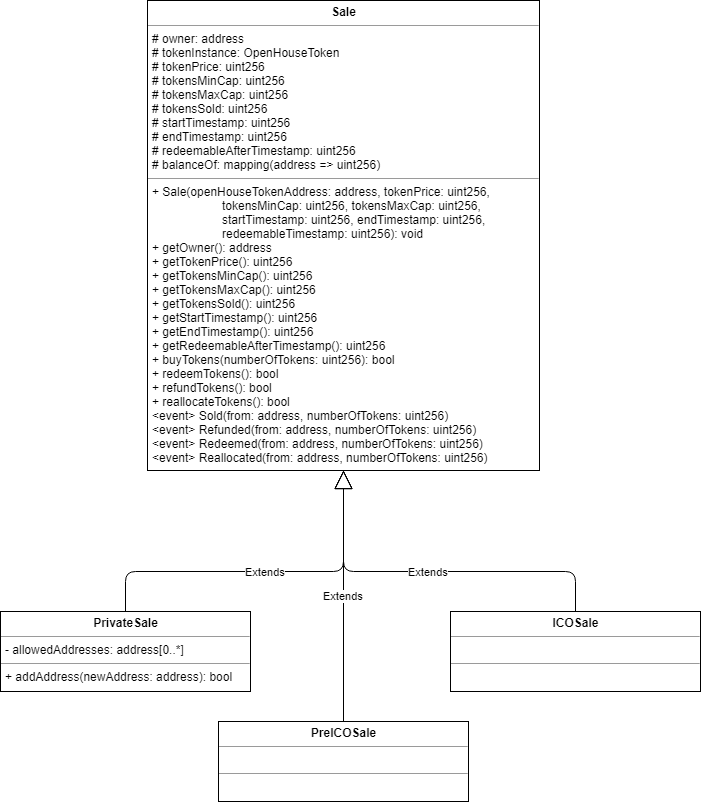
Before: uml/Sale/Sale.png, a diagram exported from draw.io (gkamtzir/Ethereum-ICO-Diploma-Thesis). Source tidied: cells renumbered, new cells last; positions are measured from the earlier drawing's top-left corner, leaving out a move shared by most shapes.
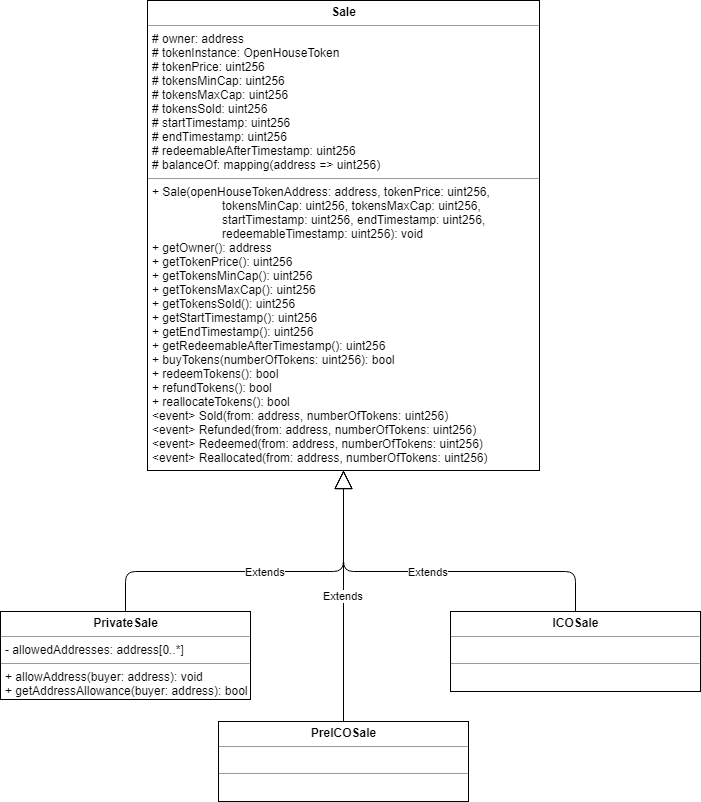
The same diagram one commit later.

Commit message:
Added new function in PrivateSale class and modified the names of the existing variables/functions.

Diff of the diagram source:
```diff
@@ -5,8 +5,8 @@
     <mxCell id="2" value="&lt;p style=&quot;margin: 0px ; margin-top: 4px ; text-align: center&quot;&gt;&lt;b&gt;Sale&lt;/b&gt;&lt;/p&gt;&lt;hr size=&quot;1&quot;&gt;&lt;p style=&quot;margin: 0px ; margin-left: 4px&quot;&gt;# owner: address&lt;/p&gt;&lt;p style=&quot;margin: 0px ; margin-left: 4px&quot;&gt;# tokenInstance: OpenHouseToken&lt;/p&gt;&lt;p style=&quot;margin: 0px ; margin-left: 4px&quot;&gt;# tokenPrice: uint256&lt;/p&gt;&lt;p style=&quot;margin: 0px ; margin-left: 4px&quot;&gt;# tokensMinCap: uint256&lt;/p&gt;&lt;p style=&quot;margin: 0px ; margin-left: 4px&quot;&gt;# tokensMaxCap: uint256&lt;/p&gt;&lt;p style=&quot;margin: 0px ; margin-left: 4px&quot;&gt;# tokensSold: uint256&lt;/p&gt;&lt;p style=&quot;margin: 0px ; margin-left: 4px&quot;&gt;# startTimestamp: uint256&lt;/p&gt;&lt;p style=&quot;margin: 0px ; margin-left: 4px&quot;&gt;# endTimestamp: uint256&lt;/p&gt;&lt;p style=&quot;margin: 0px ; margin-left: 4px&quot;&gt;# redeemableAfterTimestamp: uint256&lt;/p&gt;&lt;p style=&quot;margin: 0px ; margin-left: 4px&quot;&gt;# balanceOf: mapping(address =&amp;gt; uint256)&lt;/p&gt;&lt;hr size=&quot;1&quot;&gt;&lt;p style=&quot;margin: 0px ; margin-left: 4px&quot;&gt;+ Sale(openHouseTokenAddress: address, tokenPrice: uint256,&lt;/p&gt;&lt;p style=&quot;margin: 0px ; margin-left: 4px&quot;&gt;&amp;nbsp; &amp;nbsp; &amp;nbsp; &amp;nbsp; &amp;nbsp; &amp;nbsp; &amp;nbsp; &amp;nbsp; &amp;nbsp; &amp;nbsp; &amp;nbsp;tokensMinCap: uint256, tokensMaxCap: uint256,&lt;/p&gt;&lt;p style=&quot;margin: 0px ; margin-left: 4px&quot;&gt;&amp;nbsp; &amp;nbsp; &amp;nbsp; &amp;nbsp; &amp;nbsp; &amp;nbsp; &amp;nbsp; &amp;nbsp; &amp;nbsp; &amp;nbsp; &amp;nbsp;startTimestamp: uint256, endTimestamp: uint256,&lt;/p&gt;&lt;p style=&quot;margin: 0px ; margin-left: 4px&quot;&gt;&amp;nbsp; &amp;nbsp; &amp;nbsp; &amp;nbsp; &amp;nbsp; &amp;nbsp; &amp;nbsp; &amp;nbsp; &amp;nbsp; &amp;nbsp; &amp;nbsp;redeemableTimestamp: uint256): void&lt;/p&gt;&lt;p style=&quot;margin: 0px ; margin-left: 4px&quot;&gt;+ getOwner(): address&lt;/p&gt;&lt;p style=&quot;margin: 0px ; margin-left: 4px&quot;&gt;+ getTokenPrice(): uint256&lt;/p&gt;&lt;p style=&quot;margin: 0px ; margin-left: 4px&quot;&gt;+ getTokensMinCap(): uint256&lt;/p&gt;&lt;p style=&quot;margin: 0px ; margin-left: 4px&quot;&gt;+ getTokensMaxCap(): uint256&lt;/p&gt;&lt;p style=&quot;margin: 0px ; margin-left: 4px&quot;&gt;+ getTokensSold(): uint256&lt;/p&gt;&lt;p style=&quot;margin: 0px ; margin-left: 4px&quot;&gt;+ getStartTimestamp(): uint256&lt;/p&gt;&lt;p style=&quot;margin: 0px ; margin-left: 4px&quot;&gt;+ getEndTimestamp(): uint256&lt;/p&gt;&lt;p style=&quot;margin: 0px ; margin-left: 4px&quot;&gt;+ getRedeemableAfterTimestamp(): uint256&lt;/p&gt;&lt;p style=&quot;margin: 0px ; margin-left: 4px&quot;&gt;+ buyTokens(numberOfTokens: uint256): bool&lt;/p&gt;&lt;p style=&quot;margin: 0px ; margin-left: 4px&quot;&gt;+ redeemTokens(): bool&lt;/p&gt;&lt;p style=&quot;margin: 0px ; margin-left: 4px&quot;&gt;+ refundTokens(): bool&lt;/p&gt;&lt;p style=&quot;margin: 0px ; margin-left: 4px&quot;&gt;+ reallocateTokens(): bool&lt;/p&gt;&lt;p style=&quot;margin: 0px ; margin-left: 4px&quot;&gt;&amp;lt;event&amp;gt; Sold(from: address, numberOfTokens: uint256)&lt;/p&gt;&lt;p style=&quot;margin: 0px ; margin-left: 4px&quot;&gt;&amp;lt;event&amp;gt; Refunded(from: address, numberOfTokens: uint256)&lt;/p&gt;&lt;p style=&quot;margin: 0px ; margin-left: 4px&quot;&gt;&amp;lt;event&amp;gt; Redeemed(from: address, numberOfTokens: uint256)&lt;/p&gt;&lt;p style=&quot;margin: 0px ; margin-left: 4px&quot;&gt;&amp;lt;event&amp;gt; Reallocated(from: address, numberOfTokens: uint256)&lt;/p&gt;" style="verticalAlign=top;align=left;overflow=fill;fontSize=12;fontFamily=Helvetica;html=1;" parent="1" vertex="1">
       <mxGeometry x="147" width="392" height="470" as="geometry" />
     </mxCell>
-    <mxCell id="3" value="&lt;p style=&quot;margin: 0px ; margin-top: 4px ; text-align: center&quot;&gt;&lt;b&gt;PrivateSale&lt;/b&gt;&lt;/p&gt;&lt;hr size=&quot;1&quot;&gt;&lt;p style=&quot;margin: 0px ; margin-left: 4px&quot;&gt;- allowedAddresses: address[0..*]&lt;/p&gt;&lt;hr size=&quot;1&quot;&gt;&lt;p style=&quot;margin: 0px ; margin-left: 4px&quot;&gt;&lt;span&gt;+ addAddress(newAddress: address): bool&lt;/span&gt;&lt;br&gt;&lt;/p&gt;" style="verticalAlign=top;align=left;overflow=fill;fontSize=12;fontFamily=Helvetica;html=1;" parent="1" vertex="1">
-      <mxGeometry y="611" width="250" height="80" as="geometry" />
+    <mxCell id="3" value="&lt;p style=&quot;margin: 0px ; margin-top: 4px ; text-align: center&quot;&gt;&lt;b&gt;PrivateSale&lt;/b&gt;&lt;/p&gt;&lt;hr size=&quot;1&quot;&gt;&lt;p style=&quot;margin: 0px ; margin-left: 4px&quot;&gt;- allowedAddresses: address[0..*]&lt;/p&gt;&lt;hr size=&quot;1&quot;&gt;&lt;p style=&quot;margin: 0px ; margin-left: 4px&quot;&gt;&lt;span&gt;+ allowAddress(buyer: address): void&lt;/span&gt;&lt;br&gt;&lt;/p&gt;&lt;p style=&quot;margin: 0px ; margin-left: 4px&quot;&gt;&lt;span&gt;+ getAddressAllowance(buyer: address): bool&lt;/span&gt;&lt;/p&gt;" style="verticalAlign=top;align=left;overflow=fill;fontSize=12;fontFamily=Helvetica;html=1;" parent="1" vertex="1">
+      <mxGeometry y="611" width="250" height="88" as="geometry" />
     </mxCell>
     <mxCell id="4" value="&lt;p style=&quot;margin: 0px ; margin-top: 4px ; text-align: center&quot;&gt;&lt;b&gt;PreICOSale&lt;/b&gt;&lt;/p&gt;&lt;hr size=&quot;1&quot;&gt;&lt;p style=&quot;margin: 0px ; margin-left: 4px&quot;&gt;&lt;br&gt;&lt;/p&gt;&lt;hr size=&quot;1&quot;&gt;&lt;p style=&quot;margin: 0px ; margin-left: 4px&quot;&gt;&lt;br&gt;&lt;/p&gt;" style="verticalAlign=top;align=left;overflow=fill;fontSize=12;fontFamily=Helvetica;html=1;" parent="1" vertex="1">
       <mxGeometry x="218" y="721" width="250" height="80" as="geometry" />
```
